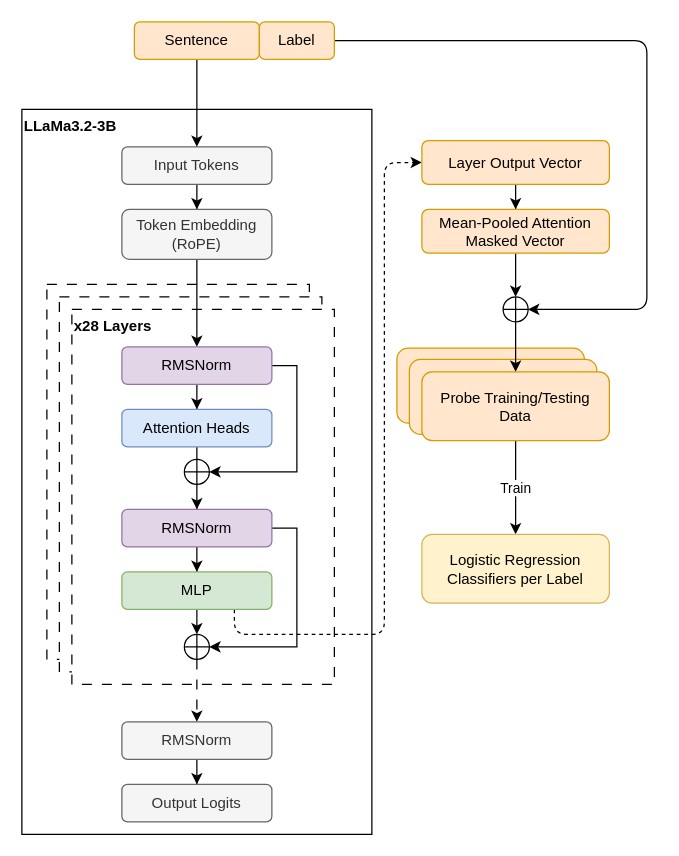
The draw.io diagram model.drawio in danny-v-nguyen/thesis, before the edit. Source tidied: cells renumbered, new cells numbered last; positions are measured from the earlier drawing's top-left corner, leaving out a move shared by most shapes. Both pictures are drawn from the tidied source at 125%, with x=0, y=0 at pixel (21, 21).
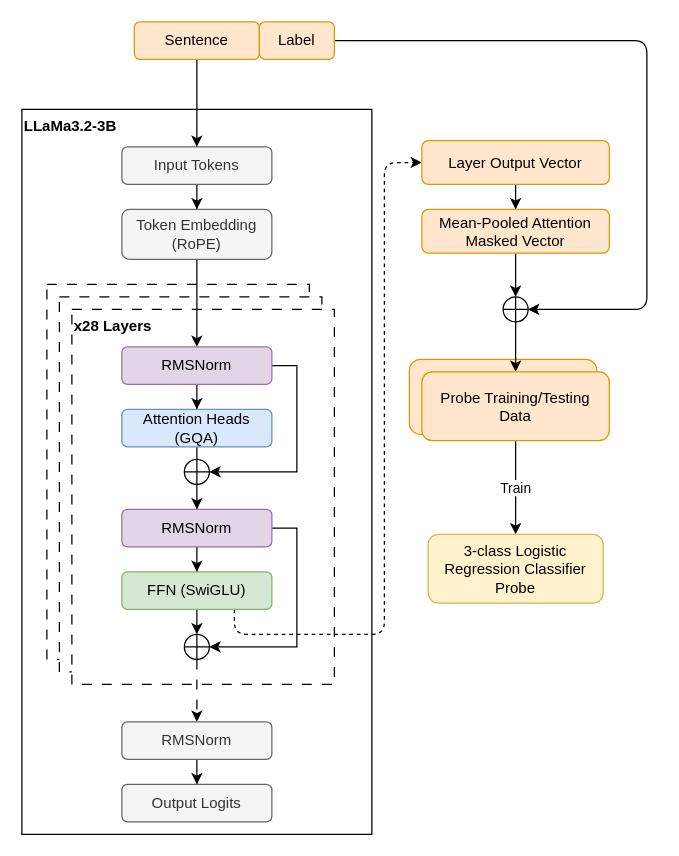
After the change.

What changed in the source:
```diff
@@
-    <mxCell id="2" style="rounded=1;whiteSpace=wrap;html=1;fillColor=#ffe6cc;strokeColor=#d79b00;" parent="1" vertex="1">
-      <mxGeometry x="300" y="261" width="150" height="60" as="geometry" />
-    </mxCell>
@@
-    <mxCell id="16" value="Attention Heads" style="rounded=1;whiteSpace=wrap;html=1;fillColor=#dae8fc;strokeColor=#6c8ebf;" parent="1" vertex="1">
+    <mxCell id="16" value="Attention Heads (GQA)" style="rounded=1;whiteSpace=wrap;html=1;fillColor=#dae8fc;strokeColor=#6c8ebf;" parent="1" vertex="1">
       <mxGeometry x="80" y="310" width="120" height="30" as="geometry" />
     </mxCell>
@@
-    <mxCell id="24" value="MLP" style="rounded=1;whiteSpace=wrap;html=1;fillColor=#d5e8d4;strokeColor=#82b366;" parent="1" vertex="1">
+    <mxCell id="24" value="FFN (SwiGLU)" style="rounded=1;whiteSpace=wrap;html=1;fillColor=#d5e8d4;strokeColor=#82b366;" parent="1" vertex="1">
       <mxGeometry x="80" y="440" width="120" height="30" as="geometry" />
     </mxCell>
@@
-    <mxCell id="42" value="Logistic Regression Classifiers per Label" style="rounded=1;whiteSpace=wrap;html=1;fillColor=#fff2cc;strokeColor=#d6b656;" parent="1" vertex="1">
-      <mxGeometry x="320" y="410" width="150" height="55" as="geometry" />
+    <mxCell id="42" value="3-class Logistic Regression Classifier Probe" style="rounded=1;whiteSpace=wrap;html=1;fillColor=#fff2cc;strokeColor=#d6b656;" parent="1" vertex="1">
+      <mxGeometry x="325" y="410" width="140" height="55" as="geometry" />
     </mxCell>
```
